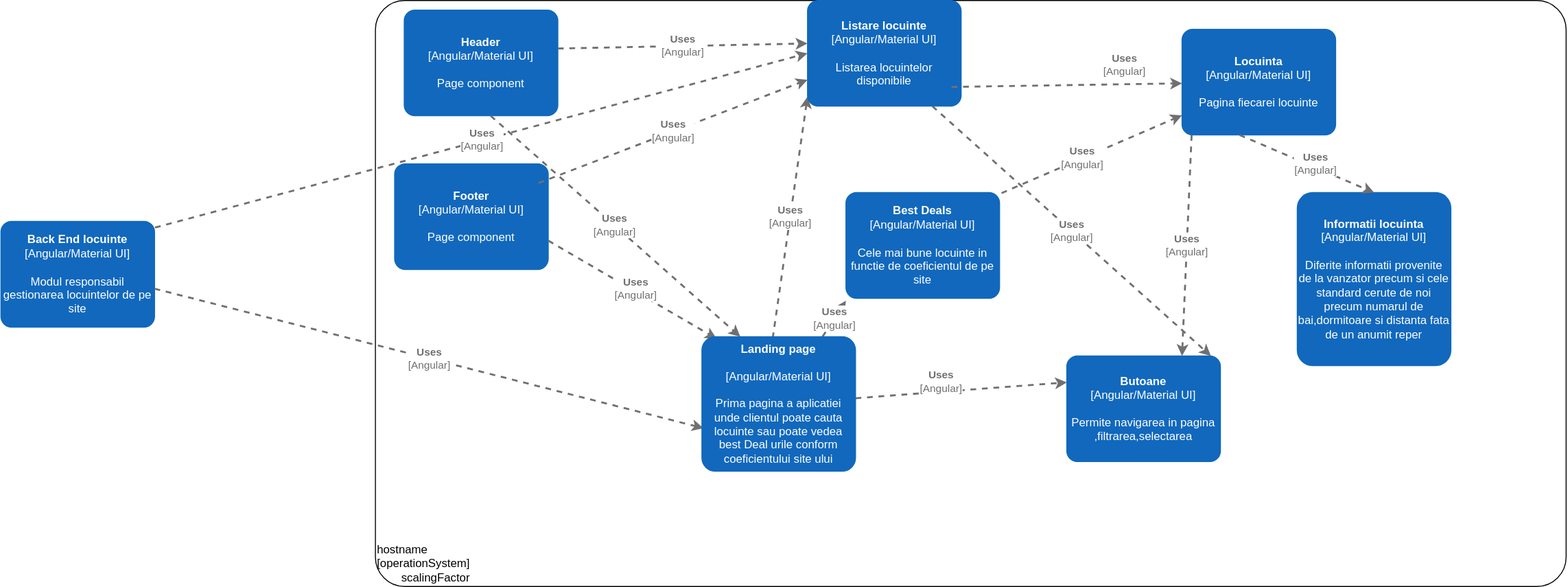
MirceaSofrone/IPproiect-DeployFront keeps this draw.io diagram as C4-Frontend-locuinte/frontend-locuinte-level3.svg. Above is the earlier version. Source tidied: cells renumbered, new cells last; positions are measured from the earlier drawing's top-left corner, leaving out a move shared by most shapes.
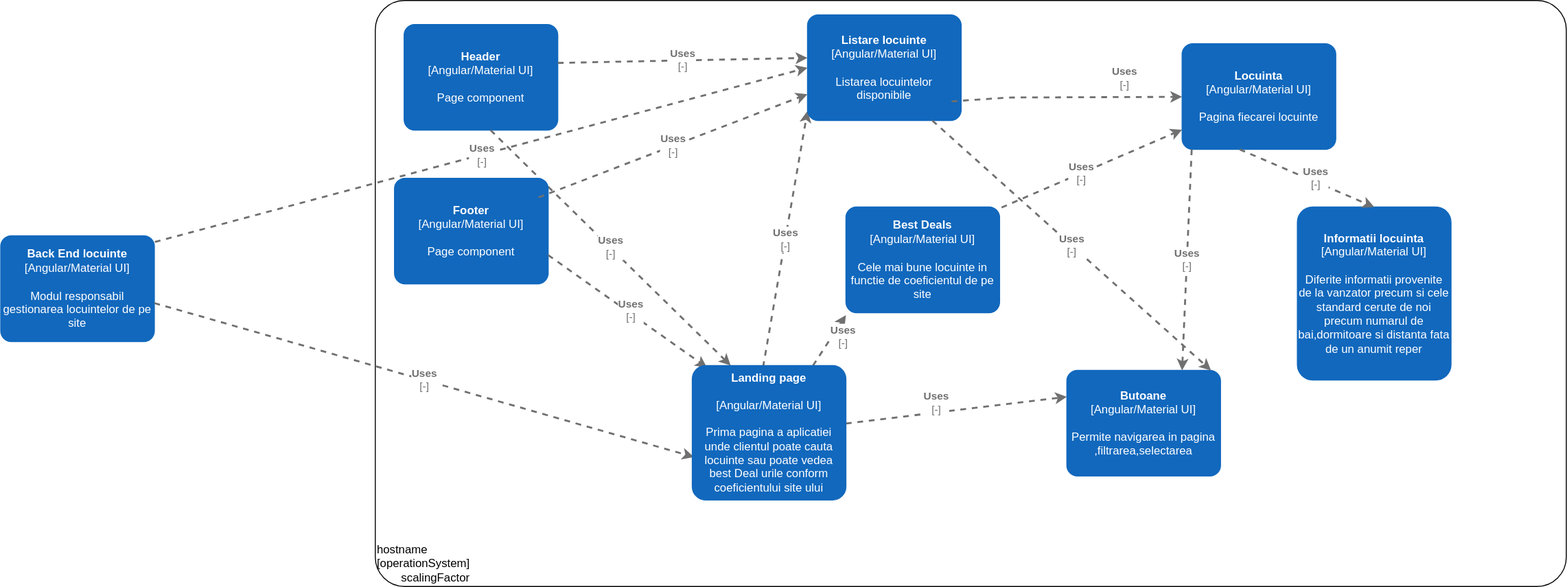
After the commit.

Change to the diagram source:
```diff
@@ -4,7 +4,7 @@
     <mxCell id="1" parent="0" />
     <object id="2" label="&lt;div style=&quot;text-align: left&quot;&gt;%c4Name%&lt;/div&gt;&lt;div style=&quot;text-align: left&quot;&gt;[%c4OperationSystem%]&lt;/div&gt;&lt;div style=&quot;text-align: right&quot;&gt;%c4ScalingFactor%&lt;/div&gt;" c4Name="hostname" c4OperationSystem="operationSystem" c4ScalingFactor="scalingFactor" c4Type="DeploymentNode" placeholders="1">
       <mxCell style="rounded=1;whiteSpace=wrap;html=1;labelBackgroundColor=none;fillColor=#ffffff;fontColor=#000000;align=left;arcSize=5;strokeColor=#000000;verticalAlign=bottom;metaData={&quot;c4Type&quot;:{&quot;editable&quot;:false}};" parent="1" vertex="1">
-        <mxGeometry x="390" width="1240" height="610" as="geometry" />
+        <mxGeometry x="390" y="-15" width="1240" height="610" as="geometry" />
       </mxCell>
     </object>
     <object id="3" label="&lt;b&gt;%c4Name%&lt;/b&gt;&lt;div&gt;[%c4Type%]&lt;/div&gt;&lt;br&gt;&lt;div&gt;%c4Description%&lt;/div&gt;" c4Description="Modul responsabil gestionarea locuintelor de pe site" c4Name="Back End locuinte" c4Type="Angular/Material UI" placeholders="1">
@@ -22,7 +22,7 @@
         <mxGeometry x="1350" y="200" width="160" height="180" as="geometry" />
       </mxCell>
     </object>
-    <object id="6" label="&lt;div style=&quot;text-align: left&quot;&gt;&lt;div style=&quot;text-align: center&quot;&gt;&lt;b&gt;%c4Description%&lt;/b&gt;&lt;/div&gt;&lt;div style=&quot;text-align: center&quot;&gt;[%c4Technology%]&lt;/div&gt;&lt;/div&gt;" c4Description="Uses" c4Technology="Angular" c4Type="Relationship" placeholders="1">
+    <object id="6" label="&lt;div style=&quot;text-align: left&quot;&gt;&lt;div style=&quot;text-align: center&quot;&gt;&lt;b&gt;%c4Description%&lt;/b&gt;&lt;/div&gt;&lt;div style=&quot;text-align: center&quot;&gt;[%c4Technology%]&lt;/div&gt;&lt;/div&gt;" c4Description="Uses" c4Technology="-" c4Type="Relationship" placeholders="1">
       <mxCell style="edgeStyle=none;rounded=0;html=1;entryX=0;entryY=0.5;jettySize=auto;strokeColor=#707070;strokeWidth=2;fontColor=#707070;jumpStyle=none;dashed=1;metaData={&quot;c4Type&quot;:{&quot;editable&quot;:false}};exitX=0.461;exitY=0.011;exitDx=0;exitDy=0;exitPerimeter=0;" parent="1" edge="1" source="21">
         <mxGeometry relative="1" as="geometry">
           <mxPoint x="840" y="100" as="targetPoint" />
@@ -34,14 +34,14 @@
         <mxGeometry x="840" width="160" height="110" as="geometry" />
       </mxCell>
     </object>
-    <object id="8" label="&lt;div style=&quot;text-align: left&quot;&gt;&lt;div style=&quot;text-align: center&quot;&gt;&lt;b&gt;%c4Description%&lt;/b&gt;&lt;/div&gt;&lt;div style=&quot;text-align: center&quot;&gt;[%c4Technology%]&lt;/div&gt;&lt;/div&gt;" c4Description="Uses" c4Technology="Angular" c4Type="Relationship" placeholders="1">
+    <object id="8" label="&lt;div style=&quot;text-align: left&quot;&gt;&lt;div style=&quot;text-align: center&quot;&gt;&lt;b&gt;%c4Description%&lt;/b&gt;&lt;/div&gt;&lt;div style=&quot;text-align: center&quot;&gt;[%c4Technology%]&lt;/div&gt;&lt;/div&gt;" c4Description="Uses" c4Technology="-" c4Type="Relationship" placeholders="1">
       <mxCell style="edgeStyle=none;rounded=0;html=1;entryX=0;entryY=0.75;jettySize=auto;strokeColor=#707070;strokeWidth=2;fontColor=#707070;jumpStyle=none;dashed=1;metaData={&quot;c4Type&quot;:{&quot;editable&quot;:false}};entryDx=0;entryDy=0;entryPerimeter=0;" parent="1" edge="1" source="21">
-        <mxGeometry relative="1" as="geometry">
+        <mxGeometry x="0.34" y="-10" relative="1" as="geometry">
           <mxPoint x="880" y="312.5" as="targetPoint" />
         </mxGeometry>
       </mxCell>
     </object>
-    <object id="9" label="&lt;div style=&quot;text-align: left&quot;&gt;&lt;div style=&quot;text-align: center&quot;&gt;&lt;b&gt;%c4Description%&lt;/b&gt;&lt;/div&gt;&lt;div style=&quot;text-align: center&quot;&gt;[%c4Technology%]&lt;/div&gt;&lt;/div&gt;" c4Description="Uses" c4Technology="Angular" c4Type="Relationship" placeholders="1">
+    <object id="9" label="&lt;div style=&quot;text-align: left&quot;&gt;&lt;div style=&quot;text-align: center&quot;&gt;&lt;b&gt;%c4Description%&lt;/b&gt;&lt;/div&gt;&lt;div style=&quot;text-align: center&quot;&gt;[%c4Technology%]&lt;/div&gt;&lt;/div&gt;" c4Description="Uses" c4Technology="-" c4Type="Relationship" placeholders="1">
       <mxCell style="edgeStyle=none;rounded=0;html=1;entryX=0;entryY=0.25;jettySize=auto;strokeColor=#707070;strokeWidth=2;fontColor=#707070;jumpStyle=none;dashed=1;metaData={&quot;c4Type&quot;:{&quot;editable&quot;:false}};entryDx=0;entryDy=0;entryPerimeter=0;" parent="1" edge="1" source="21" target="4">
         <mxGeometry x="-0.18" y="10" relative="1" as="geometry" />
       </mxCell>
@@ -51,21 +51,24 @@
         <mxGeometry x="1230" y="30" width="160" height="110" as="geometry" />
       </mxCell>
     </object>
-    <object id="11" label="&lt;div style=&quot;text-align: left&quot;&gt;&lt;div style=&quot;text-align: center&quot;&gt;&lt;b&gt;%c4Description%&lt;/b&gt;&lt;/div&gt;&lt;div style=&quot;text-align: center&quot;&gt;[%c4Technology%]&lt;/div&gt;&lt;/div&gt;" c4Description="Uses" c4Technology="Angular" c4Type="Relationship" placeholders="1">
+    <object id="11" label="&lt;div style=&quot;text-align: left&quot;&gt;&lt;div style=&quot;text-align: center&quot;&gt;&lt;b&gt;%c4Description%&lt;/b&gt;&lt;/div&gt;&lt;div style=&quot;text-align: center&quot;&gt;[%c4Technology%]&lt;/div&gt;&lt;/div&gt;" c4Description="Uses" c4Technology="-" c4Type="Relationship" placeholders="1">
       <mxCell style="edgeStyle=none;rounded=0;html=1;jettySize=auto;strokeColor=#707070;strokeWidth=2;fontColor=#707070;jumpStyle=none;dashed=1;metaData={&quot;c4Type&quot;:{&quot;editable&quot;:false}};" parent="1" edge="1" target="10">
         <mxGeometry x="0.5" y="20" relative="1" as="geometry">
           <mxPoint x="990" y="90" as="sourcePoint" />
+          <Array as="points">
+            <mxPoint x="1050" y="86" />
+          </Array>
         </mxGeometry>
       </mxCell>
     </object>
-    <object id="12" label="&lt;div style=&quot;text-align: left&quot;&gt;&lt;div style=&quot;text-align: center&quot;&gt;&lt;b&gt;%c4Description%&lt;/b&gt;&lt;/div&gt;&lt;div style=&quot;text-align: center&quot;&gt;[%c4Technology%]&lt;/div&gt;&lt;/div&gt;" c4Description="Uses" c4Technology="Angular" c4Type="Relationship" placeholders="1">
+    <object id="12" label="&lt;div style=&quot;text-align: left&quot;&gt;&lt;div style=&quot;text-align: center&quot;&gt;&lt;b&gt;%c4Description%&lt;/b&gt;&lt;/div&gt;&lt;div style=&quot;text-align: center&quot;&gt;[%c4Technology%]&lt;/div&gt;&lt;/div&gt;" c4Description="Uses" c4Technology="-" c4Type="Relationship" placeholders="1">
       <mxCell style="edgeStyle=none;rounded=0;html=1;entryX=0.938;entryY=0;jettySize=auto;strokeColor=#707070;strokeWidth=2;fontColor=#707070;jumpStyle=none;dashed=1;metaData={&quot;c4Type&quot;:{&quot;editable&quot;:false}};entryDx=0;entryDy=0;entryPerimeter=0;" parent="1" edge="1" target="4">
         <mxGeometry relative="1" as="geometry">
           <mxPoint x="970" y="110" as="sourcePoint" />
         </mxGeometry>
       </mxCell>
     </object>
-    <object id="13" label="&lt;div style=&quot;text-align: left&quot;&gt;&lt;div style=&quot;text-align: center&quot;&gt;&lt;b&gt;%c4Description%&lt;/b&gt;&lt;/div&gt;&lt;div style=&quot;text-align: center&quot;&gt;[%c4Technology%]&lt;/div&gt;&lt;/div&gt;" c4Description="Uses" c4Technology="Angular" c4Type="Relationship" placeholders="1">
+    <object id="13" label="&lt;div style=&quot;text-align: left&quot;&gt;&lt;div style=&quot;text-align: center&quot;&gt;&lt;b&gt;%c4Description%&lt;/b&gt;&lt;/div&gt;&lt;div style=&quot;text-align: center&quot;&gt;[%c4Technology%]&lt;/div&gt;&lt;/div&gt;" c4Description="Uses" c4Technology="-" c4Type="Relationship" placeholders="1">
       <mxCell style="edgeStyle=none;rounded=0;html=1;entryX=0;entryY=0.5;jettySize=auto;strokeColor=#707070;strokeWidth=2;fontColor=#707070;jumpStyle=none;dashed=1;metaData={&quot;c4Type&quot;:{&quot;editable&quot;:false}};entryDx=0;entryDy=0;entryPerimeter=0;exitX=1.003;exitY=0.058;exitDx=0;exitDy=0;exitPerimeter=0;" parent="1" edge="1" source="3" target="7">
         <mxGeometry relative="1" as="geometry" />
       </mxCell>
@@ -75,21 +78,21 @@
         <mxGeometry x="420" y="10" width="160" height="110" as="geometry" />
       </mxCell>
     </object>
-    <object id="15" label="&lt;div style=&quot;text-align: left&quot;&gt;&lt;div style=&quot;text-align: center&quot;&gt;&lt;b&gt;%c4Description%&lt;/b&gt;&lt;/div&gt;&lt;div style=&quot;text-align: center&quot;&gt;[%c4Technology%]&lt;/div&gt;&lt;/div&gt;" c4Description="Uses" c4Technology="Angular" c4Type="Relationship" placeholders="1">
+    <object id="15" label="&lt;div style=&quot;text-align: left&quot;&gt;&lt;div style=&quot;text-align: center&quot;&gt;&lt;b&gt;%c4Description%&lt;/b&gt;&lt;/div&gt;&lt;div style=&quot;text-align: center&quot;&gt;[%c4Technology%]&lt;/div&gt;&lt;/div&gt;" c4Description="Uses" c4Technology="-" c4Type="Relationship" placeholders="1">
       <mxCell style="edgeStyle=none;rounded=0;html=1;jettySize=auto;strokeColor=#707070;strokeWidth=2;fontColor=#707070;jumpStyle=none;dashed=1;metaData={&quot;c4Type&quot;:{&quot;editable&quot;:false}};entryX=0.011;entryY=0.68;entryDx=0;entryDy=0;entryPerimeter=0;" parent="1" edge="1" target="21">
         <mxGeometry relative="1" as="geometry">
           <mxPoint x="160" y="300" as="sourcePoint" />
         </mxGeometry>
       </mxCell>
     </object>
-    <object id="16" label="&lt;div style=&quot;text-align: left&quot;&gt;&lt;div style=&quot;text-align: center&quot;&gt;&lt;b&gt;%c4Description%&lt;/b&gt;&lt;/div&gt;&lt;div style=&quot;text-align: center&quot;&gt;[%c4Technology%]&lt;/div&gt;&lt;/div&gt;" c4Description="Uses" c4Technology="Angular" c4Type="Relationship" placeholders="1">
+    <object id="16" label="&lt;div style=&quot;text-align: left&quot;&gt;&lt;div style=&quot;text-align: center&quot;&gt;&lt;b&gt;%c4Description%&lt;/b&gt;&lt;/div&gt;&lt;div style=&quot;text-align: center&quot;&gt;[%c4Technology%]&lt;/div&gt;&lt;/div&gt;" c4Description="Uses" c4Technology="-" c4Type="Relationship" placeholders="1">
       <mxCell style="edgeStyle=none;rounded=0;html=1;entryX=-0.001;entryY=0.407;jettySize=auto;strokeColor=#707070;strokeWidth=2;fontColor=#707070;jumpStyle=none;dashed=1;metaData={&quot;c4Type&quot;:{&quot;editable&quot;:false}};entryDx=0;entryDy=0;entryPerimeter=0;" parent="1" edge="1" target="7">
         <mxGeometry relative="1" as="geometry">
           <mxPoint x="580" y="50" as="sourcePoint" />
         </mxGeometry>
       </mxCell>
     </object>
-    <object id="17" label="&lt;div style=&quot;text-align: left&quot;&gt;&lt;div style=&quot;text-align: center&quot;&gt;&lt;b&gt;%c4Description%&lt;/b&gt;&lt;/div&gt;&lt;div style=&quot;text-align: center&quot;&gt;[%c4Technology%]&lt;/div&gt;&lt;/div&gt;" c4Description="Uses" c4Technology="Angular" c4Type="Relationship" placeholders="1">
+    <object id="17" label="&lt;div style=&quot;text-align: left&quot;&gt;&lt;div style=&quot;text-align: center&quot;&gt;&lt;b&gt;%c4Description%&lt;/b&gt;&lt;/div&gt;&lt;div style=&quot;text-align: center&quot;&gt;[%c4Technology%]&lt;/div&gt;&lt;/div&gt;" c4Description="Uses" c4Technology="-" c4Type="Relationship" placeholders="1">
       <mxCell style="edgeStyle=none;rounded=0;html=1;entryX=0.25;entryY=0;jettySize=auto;strokeColor=#707070;strokeWidth=2;fontColor=#707070;jumpStyle=none;dashed=1;metaData={&quot;c4Type&quot;:{&quot;editable&quot;:false}};entryDx=0;entryDy=0;entryPerimeter=0;" parent="1" edge="1" target="21">
         <mxGeometry relative="1" as="geometry">
           <mxPoint x="510" y="120" as="sourcePoint" />
@@ -101,14 +104,14 @@
         <mxGeometry x="410" y="170" width="160" height="110" as="geometry" />
       </mxCell>
     </object>
-    <object id="19" label="&lt;div style=&quot;text-align: left&quot;&gt;&lt;div style=&quot;text-align: center&quot;&gt;&lt;b&gt;%c4Description%&lt;/b&gt;&lt;/div&gt;&lt;div style=&quot;text-align: center&quot;&gt;[%c4Technology%]&lt;/div&gt;&lt;/div&gt;" c4Description="Uses" c4Technology="Angular" c4Type="Relationship" placeholders="1">
+    <object id="19" label="&lt;div style=&quot;text-align: left&quot;&gt;&lt;div style=&quot;text-align: center&quot;&gt;&lt;b&gt;%c4Description%&lt;/b&gt;&lt;/div&gt;&lt;div style=&quot;text-align: center&quot;&gt;[%c4Technology%]&lt;/div&gt;&lt;/div&gt;" c4Description="Uses" c4Technology="-" c4Type="Relationship" placeholders="1">
       <mxCell style="edgeStyle=none;rounded=0;html=1;entryX=0;entryY=0.75;jettySize=auto;strokeColor=#707070;strokeWidth=2;fontColor=#707070;jumpStyle=none;dashed=1;metaData={&quot;c4Type&quot;:{&quot;editable&quot;:false}};entryDx=0;entryDy=0;entryPerimeter=0;" parent="1" edge="1" target="7">
         <mxGeometry relative="1" as="geometry">
           <mxPoint x="560" y="190" as="sourcePoint" />
         </mxGeometry>
       </mxCell>
     </object>
-    <object id="20" label="&lt;div style=&quot;text-align: left&quot;&gt;&lt;div style=&quot;text-align: center&quot;&gt;&lt;b&gt;%c4Description%&lt;/b&gt;&lt;/div&gt;&lt;div style=&quot;text-align: center&quot;&gt;[%c4Technology%]&lt;/div&gt;&lt;/div&gt;" c4Description="Uses" c4Technology="Angular" c4Type="Relationship" placeholders="1">
+    <object id="20" label="&lt;div style=&quot;text-align: left&quot;&gt;&lt;div style=&quot;text-align: center&quot;&gt;&lt;b&gt;%c4Description%&lt;/b&gt;&lt;/div&gt;&lt;div style=&quot;text-align: center&quot;&gt;[%c4Technology%]&lt;/div&gt;&lt;/div&gt;" c4Description="Uses" c4Technology="-" c4Type="Relationship" placeholders="1">
       <mxCell style="edgeStyle=none;rounded=0;html=1;jettySize=auto;strokeColor=#707070;strokeWidth=2;fontColor=#707070;jumpStyle=none;dashed=1;metaData={&quot;c4Type&quot;:{&quot;editable&quot;:false}};entryX=0.096;entryY=0.015;entryDx=0;entryDy=0;entryPerimeter=0;" parent="1" edge="1" target="21">
         <mxGeometry x="0.01" y="2" relative="1" as="geometry">
           <mxPoint x="570" y="250" as="sourcePoint" />
@@ -118,10 +121,10 @@
     </object>
     <object id="21" label="&lt;b&gt;%c4Name%&lt;/b&gt;&lt;div&gt;[%c4Type%]&lt;/div&gt;&lt;br&gt;&lt;div&gt;%c4Description%&lt;/div&gt;" c4Description="Prima pagina a aplicatiei unde clientul poate cauta locuinte sau poate vedea best Deal urile conform coeficientului site ului" c4Name="Landing page&#10;&#10;" c4Type="Angular/Material UI" placeholders="1">
       <mxCell style="rounded=1;whiteSpace=wrap;html=1;labelBackgroundColor=none;fillColor=#1168BD;fontColor=#ffffff;align=center;arcSize=10;strokeColor=#1168BD;metaData={&quot;c4Type&quot;:{&quot;editable&quot;:false}};points=[[0.25,0,0],[0.5,0,0],[0.75,0,0],[1,0.25,0],[1,0.5,0],[1,0.75,0],[0.75,1,0],[0.5,1,0],[0.25,1,0],[0,0.75,0],[0,0.5,0],[0,0.25,0]];" parent="1" vertex="1">
-        <mxGeometry x="730" y="350" width="160" height="140" as="geometry" />
+        <mxGeometry x="720" y="365" width="160" height="140" as="geometry" />
       </mxCell>
     </object>
-    <object id="22" label="&lt;div style=&quot;text-align: left&quot;&gt;&lt;div style=&quot;text-align: center&quot;&gt;&lt;b&gt;%c4Description%&lt;/b&gt;&lt;/div&gt;&lt;div style=&quot;text-align: center&quot;&gt;[%c4Technology%]&lt;/div&gt;&lt;/div&gt;" c4Description="Uses" c4Technology="Angular" c4Type="Relationship" placeholders="1">
+    <object id="22" label="&lt;div style=&quot;text-align: left&quot;&gt;&lt;div style=&quot;text-align: center&quot;&gt;&lt;b&gt;%c4Description%&lt;/b&gt;&lt;/div&gt;&lt;div style=&quot;text-align: center&quot;&gt;[%c4Technology%]&lt;/div&gt;&lt;/div&gt;" c4Description="Uses" c4Technology="-" c4Type="Relationship" placeholders="1">
       <mxCell style="edgeStyle=none;rounded=0;html=1;entryX=0.5;entryY=0;jettySize=auto;strokeColor=#707070;strokeWidth=2;fontColor=#707070;jumpStyle=none;dashed=1;metaData={&quot;c4Type&quot;:{&quot;editable&quot;:false}};entryDx=0;entryDy=0;entryPerimeter=0;" parent="1" edge="1" target="5">
         <mxGeometry x="0.12" y="4" relative="1" as="geometry">
           <mxPoint x="1290" y="140" as="sourcePoint" />
@@ -129,14 +132,14 @@
         </mxGeometry>
       </mxCell>
     </object>
-    <object id="23" label="&lt;div style=&quot;text-align: left&quot;&gt;&lt;div style=&quot;text-align: center&quot;&gt;&lt;b&gt;%c4Description%&lt;/b&gt;&lt;/div&gt;&lt;div style=&quot;text-align: center&quot;&gt;[%c4Technology%]&lt;/div&gt;&lt;/div&gt;" c4Description="Uses" c4Technology="Angular" c4Type="Relationship" placeholders="1">
+    <object id="23" label="&lt;div style=&quot;text-align: left&quot;&gt;&lt;div style=&quot;text-align: center&quot;&gt;&lt;b&gt;%c4Description%&lt;/b&gt;&lt;/div&gt;&lt;div style=&quot;text-align: center&quot;&gt;[%c4Technology%]&lt;/div&gt;&lt;/div&gt;" c4Description="Uses" c4Technology="-" c4Type="Relationship" placeholders="1">
       <mxCell style="edgeStyle=none;rounded=0;html=1;entryX=0.75;entryY=0;jettySize=auto;strokeColor=#707070;strokeWidth=2;fontColor=#707070;jumpStyle=none;dashed=1;metaData={&quot;c4Type&quot;:{&quot;editable&quot;:false}};entryDx=0;entryDy=0;entryPerimeter=0;" parent="1" edge="1" target="4">
         <mxGeometry relative="1" as="geometry">
           <mxPoint x="1240" y="140" as="sourcePoint" />
         </mxGeometry>
       </mxCell>
     </object>
-    <object id="24" label="&lt;div style=&quot;text-align: left&quot;&gt;&lt;div style=&quot;text-align: center&quot;&gt;&lt;b&gt;%c4Description%&lt;/b&gt;&lt;/div&gt;&lt;div style=&quot;text-align: center&quot;&gt;[%c4Technology%]&lt;/div&gt;&lt;/div&gt;" c4Description="Uses" c4Technology="Angular" c4Type="Relationship" placeholders="1">
+    <object id="24" label="&lt;div style=&quot;text-align: left&quot;&gt;&lt;div style=&quot;text-align: center&quot;&gt;&lt;b&gt;%c4Description%&lt;/b&gt;&lt;/div&gt;&lt;div style=&quot;text-align: center&quot;&gt;[%c4Technology%]&lt;/div&gt;&lt;/div&gt;" c4Description="Uses" c4Technology="-" c4Type="Relationship" placeholders="1">
       <mxCell style="edgeStyle=none;rounded=0;html=1;jettySize=auto;strokeColor=#707070;strokeWidth=2;fontColor=#707070;jumpStyle=none;dashed=1;metaData={&quot;c4Type&quot;:{&quot;editable&quot;:false}};" parent="1" edge="1" target="10">
         <mxGeometry relative="1" as="geometry">
           <mxPoint x="1020" y="210" as="sourcePoint" />
```
